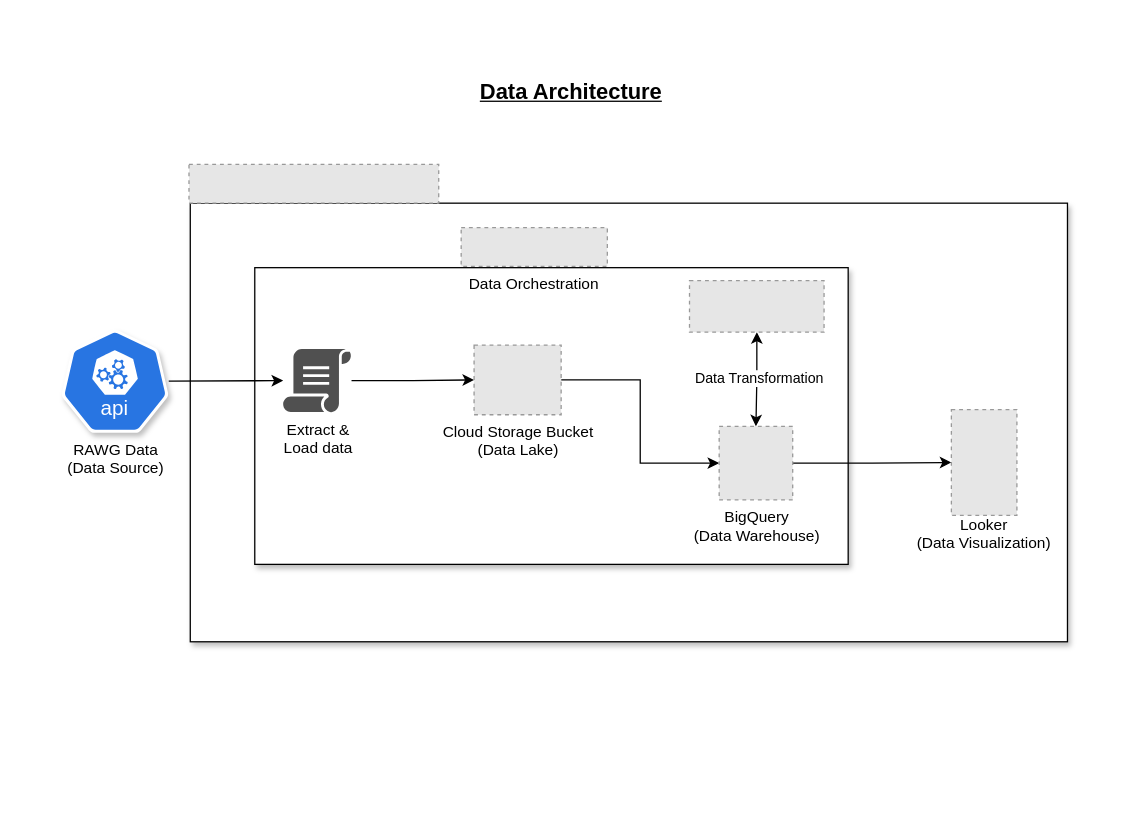
The draw.io diagram assets/data-architecture.drawio in alangan17/video-game-analysis, before the edit. Source tidied: cells renumbered, new cells numbered last; positions are measured from the earlier drawing's top-left corner, leaving out a move shared by most shapes. Both pictures are drawn from the tidied source at 129%, with x=0, y=0 at pixel (22, 22). Pictures stored in the file or linked from it are replaced by grey dashed boxes.
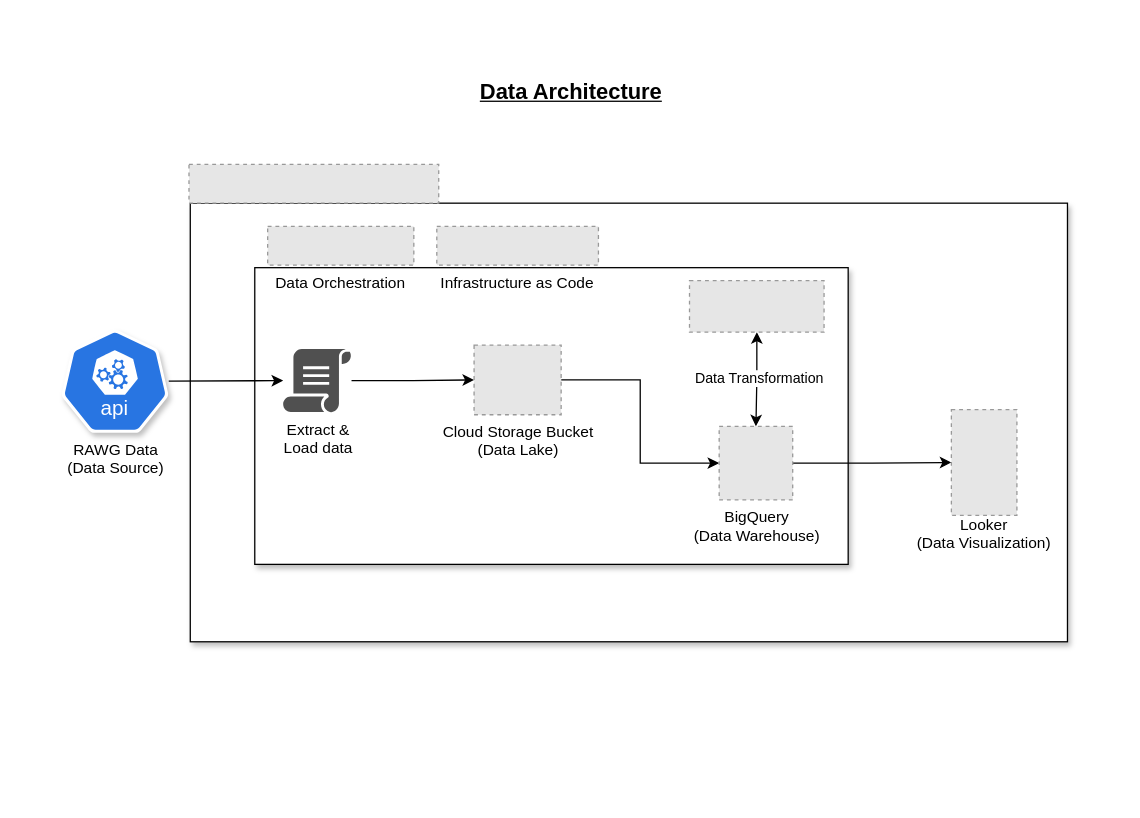
The same page after the edit.

Commit message (it also covers changes not shown here):
Update data architecture

The edit, as a diff of the source:
```diff
@@
     <mxCell id="6" value="Data Orchestration" style="fillColor=#E6E6E6;strokeColor=#999999;dashed=1;verticalLabelPosition=bottom;labelBackgroundColor=default;verticalAlign=top;" parent="1" vertex="1">
-      <mxGeometry x="340" y="159" width="113.3" height="30" as="geometry" />
+      <mxGeometry x="190" y="158" width="113.3" height="30" as="geometry" />
     </mxCell>
@@
+    <mxCell id="21" value="Infrastructure as Code" style="fillColor=#E6E6E6;strokeColor=#999999;dashed=1;verticalLabelPosition=bottom;labelBackgroundColor=default;verticalAlign=top;fontStyle=0;" parent="8" vertex="1">
+      <mxGeometry x="321.1" y="158" width="125.3" height="30.1" as="geometry" />
+    </mxCell>
```
